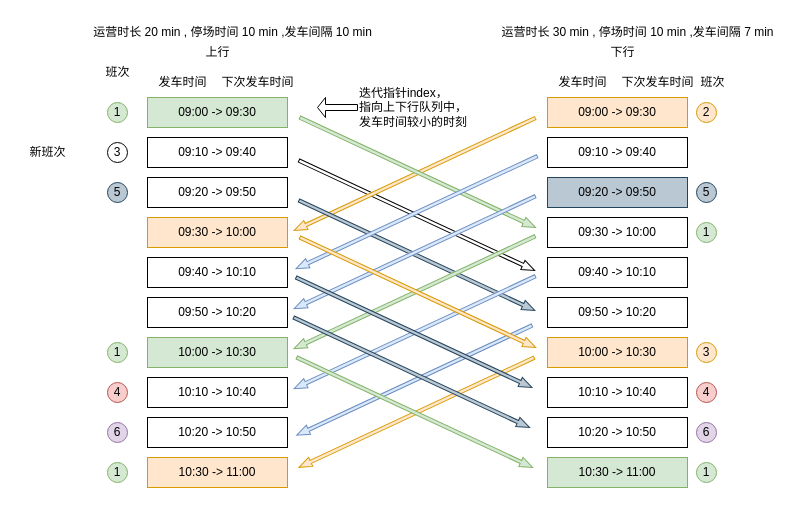
Above: 先到先发排班算法.drawio in alwayChina/draw (draw.io), before the change. Source tidied: cells renumbered, new cells numbered last; positions are measured from the earlier drawing's top-left corner, leaving out a move shared by most shapes. Both pictures are drawn from the tidied source at 100%, with x=0, y=0 at pixel (17, 17).
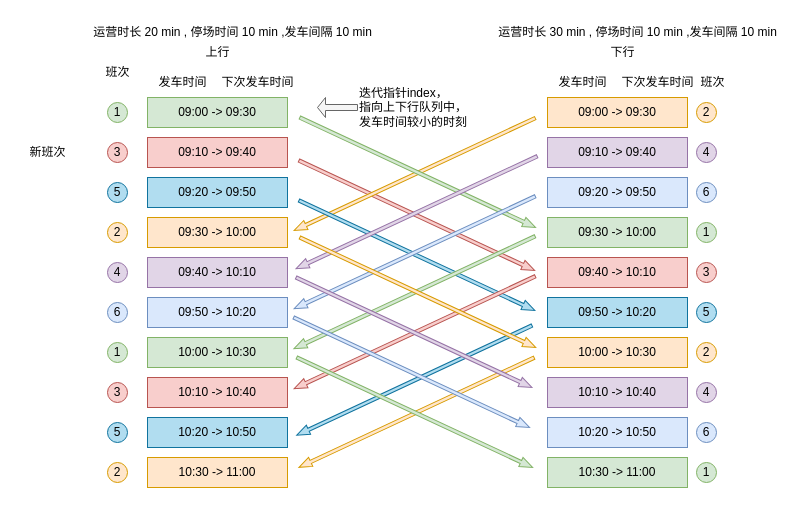
The same diagram, later.

Commit message:
更新先到先发排班算法.drawio

The edit, as a diff of the source:
```diff
@@
-    <mxCell id="3" value="09:10 -&amp;gt; 09:40" style="rounded=0;whiteSpace=wrap;html=1;" parent="1" vertex="1">
+    <mxCell id="3" value="09:10 -&amp;gt; 09:40" style="rounded=0;whiteSpace=wrap;html=1;fillColor=#f8cecc;strokeColor=#b85450;" parent="1" vertex="1">
       <mxGeometry x="130" y="120" width="140" height="30" as="geometry" />
     </mxCell>
-    <mxCell id="4" value="09:20 -&amp;gt; 09:50" style="rounded=0;whiteSpace=wrap;html=1;" parent="1" vertex="1">
+    <mxCell id="4" value="09:20 -&amp;gt; 09:50" style="rounded=0;whiteSpace=wrap;html=1;fillColor=#b1ddf0;strokeColor=#10739e;" parent="1" vertex="1">
       <mxGeometry x="130" y="160" width="140" height="30" as="geometry" />
     </mxCell>
@@
-    <mxCell id="6" value="09:40 -&amp;gt; 10:10" style="rounded=0;whiteSpace=wrap;html=1;" parent="1" vertex="1">
+    <mxCell id="6" value="09:40 -&amp;gt; 10:10" style="rounded=0;whiteSpace=wrap;html=1;fillColor=#e1d5e7;strokeColor=#9673a6;" parent="1" vertex="1">
       <mxGeometry x="130" y="240" width="140" height="30" as="geometry" />
     </mxCell>
-    <mxCell id="7" value="09:50 -&amp;gt; 10:20" style="rounded=0;whiteSpace=wrap;html=1;" parent="1" vertex="1">
+    <mxCell id="7" value="09:50 -&amp;gt; 10:20" style="rounded=0;whiteSpace=wrap;html=1;fillColor=#dae8fc;strokeColor=#6c8ebf;" parent="1" vertex="1">
       <mxGeometry x="130" y="280" width="140" height="30" as="geometry" />
     </mxCell>
@@
-    <mxCell id="9" value="10:10 -&amp;gt; 10:40" style="rounded=0;whiteSpace=wrap;html=1;" parent="1" vertex="1">
+    <mxCell id="9" value="10:10 -&amp;gt; 10:40" style="rounded=0;whiteSpace=wrap;html=1;fillColor=#f8cecc;strokeColor=#b85450;" parent="1" vertex="1">
       <mxGeometry x="130" y="360" width="140" height="30" as="geometry" />
     </mxCell>
@@
-    <mxCell id="14" style="html=1;shadow=0;dashed=0;align=center;verticalAlign=middle;shape=mxgraph.arrows2.arrow;dy=0.66;dx=12.92;notch=0;rotation=25;" parent="1" vertex="1">
+    <mxCell id="14" style="html=1;shadow=0;dashed=0;align=center;verticalAlign=middle;shape=mxgraph.arrows2.arrow;dy=0.66;dx=12.92;notch=0;rotation=25;fillColor=#f8cecc;strokeColor=#b85450;" parent="1" vertex="1">
       <mxGeometry x="269.3" y="193" width="260" height="10" as="geometry" />
     </mxCell>
@@
-    <mxCell id="16" value="10:20 -&amp;gt; 10:50" style="rounded=0;whiteSpace=wrap;html=1;" parent="1" vertex="1">
+    <mxCell id="16" value="10:20 -&amp;gt; 10:50" style="rounded=0;whiteSpace=wrap;html=1;fillColor=#b1ddf0;strokeColor=#10739e;" parent="1" vertex="1">
       <mxGeometry x="130" y="400" width="140" height="30" as="geometry" />
     </mxCell>
@@
-    <mxCell id="18" value="运营时长 30 min , 停场时间 10 min ,发车间隔 7 min" style="text;html=1;align=center;verticalAlign=middle;strokeColor=none;fillColor=none;" parent="1" vertex="1">
+    <mxCell id="18" value="运营时长 30 min , 停场时间 10 min ,发车间隔 10 min" style="text;html=1;align=center;verticalAlign=middle;strokeColor=none;fillColor=none;" parent="1" vertex="1">
       <mxGeometry x="470" width="300" height="30" as="geometry" />
     </mxCell>
@@
-    <mxCell id="22" value="3" style="ellipse;whiteSpace=wrap;html=1;" parent="1" vertex="1">
+    <mxCell id="22" value="3" style="ellipse;whiteSpace=wrap;html=1;fillColor=#f8cecc;strokeColor=#b85450;" parent="1" vertex="1">
       <mxGeometry x="90" y="125" width="20" height="20" as="geometry" />
     </mxCell>
@@
-    <mxCell id="24" value="4" style="ellipse;whiteSpace=wrap;html=1;fillColor=#f8cecc;strokeColor=#b85450;" parent="1" vertex="1">
+    <mxCell id="24" value="3" style="ellipse;whiteSpace=wrap;html=1;fillColor=#f8cecc;strokeColor=#b85450;" parent="1" vertex="1">
       <mxGeometry x="90" y="365" width="20" height="20" as="geometry" />
     </mxCell>
-    <mxCell id="25" value="1" style="ellipse;whiteSpace=wrap;html=1;fillColor=#d5e8d4;strokeColor=#82b366;" parent="1" vertex="1">
+    <mxCell id="25" value="2" style="ellipse;whiteSpace=wrap;html=1;fillColor=#ffe6cc;strokeColor=#d79b00;" parent="1" vertex="1">
       <mxGeometry x="90" y="445" width="20" height="20" as="geometry" />
     </mxCell>
-    <mxCell id="26" style="shape=singleArrow;whiteSpace=wrap;html=1;rotation=-180;" parent="1" vertex="1">
+    <mxCell id="26" style="shape=singleArrow;whiteSpace=wrap;html=1;rotation=-180;fillColor=#f5f5f5;fontColor=#333333;strokeColor=#666666;" parent="1" vertex="1">
       <mxGeometry x="300" y="80" width="40" height="20" as="geometry" />
     </mxCell>
@@
-    <mxCell id="28" value="5" style="ellipse;whiteSpace=wrap;html=1;fillColor=#bac8d3;strokeColor=#23445d;" parent="1" vertex="1">
+    <mxCell id="28" value="5" style="ellipse;whiteSpace=wrap;html=1;fillColor=#b1ddf0;strokeColor=#10739e;" parent="1" vertex="1">
       <mxGeometry x="90" y="165" width="20" height="20" as="geometry" />
     </mxCell>
-    <mxCell id="29" value="6" style="ellipse;whiteSpace=wrap;html=1;fillColor=#e1d5e7;strokeColor=#9673a6;" parent="1" vertex="1">
+    <mxCell id="29" value="5" style="ellipse;whiteSpace=wrap;html=1;fillColor=#b1ddf0;strokeColor=#10739e;" parent="1" vertex="1">
       <mxGeometry x="90" y="405" width="20" height="20" as="geometry" />
     </mxCell>
@@
-    <mxCell id="31" style="html=1;shadow=0;dashed=0;align=center;verticalAlign=middle;shape=mxgraph.arrows2.arrow;dy=0.66;dx=12.92;notch=0;rotation=25;fillColor=#bac8d3;strokeColor=#23445d;" parent="1" vertex="1">
+    <mxCell id="31" style="html=1;shadow=0;dashed=0;align=center;verticalAlign=middle;shape=mxgraph.arrows2.arrow;dy=0.66;dx=12.92;notch=0;rotation=25;fillColor=#b1ddf0;strokeColor=#10739e;" parent="1" vertex="1">
       <mxGeometry x="269.3" y="233" width="260.2" height="10" as="geometry" />
     </mxCell>
@@
-    <mxCell id="36" value="3" style="ellipse;whiteSpace=wrap;html=1;fillColor=#ffe6cc;strokeColor=#d79b00;" parent="1" vertex="1">
+    <mxCell id="36" value="2" style="ellipse;whiteSpace=wrap;html=1;fillColor=#ffe6cc;strokeColor=#d79b00;" parent="1" vertex="1">
       <mxGeometry x="679" y="325" width="20" height="20" as="geometry" />
     </mxCell>
-    <mxCell id="37" value="4" style="ellipse;whiteSpace=wrap;html=1;fillColor=#f8cecc;strokeColor=#b85450;" parent="1" vertex="1">
+    <mxCell id="37" value="4" style="ellipse;whiteSpace=wrap;html=1;fillColor=#e1d5e7;strokeColor=#9673a6;" parent="1" vertex="1">
       <mxGeometry x="679" y="365" width="20" height="20" as="geometry" />
     </mxCell>
@@
-    <mxCell id="39" value="5" style="ellipse;whiteSpace=wrap;html=1;fillColor=#bac8d3;strokeColor=#23445d;" parent="1" vertex="1">
+    <mxCell id="39" value="6" style="ellipse;whiteSpace=wrap;html=1;fillColor=#dae8fc;strokeColor=#6c8ebf;" parent="1" vertex="1">
       <mxGeometry x="679" y="165" width="20" height="20" as="geometry" />
     </mxCell>
-    <mxCell id="40" value="6" style="ellipse;whiteSpace=wrap;html=1;fillColor=#e1d5e7;strokeColor=#9673a6;" parent="1" vertex="1">
+    <mxCell id="40" value="6" style="ellipse;whiteSpace=wrap;html=1;fillColor=#dae8fc;strokeColor=#6c8ebf;" parent="1" vertex="1">
       <mxGeometry x="679" y="405" width="20" height="20" as="geometry" />
     </mxCell>
@@
-    <mxCell id="44" value="09:10 -&amp;gt; 09:40" style="rounded=0;whiteSpace=wrap;html=1;" parent="1" vertex="1">
+    <mxCell id="44" value="09:10 -&amp;gt; 09:40" style="rounded=0;whiteSpace=wrap;html=1;fillColor=#e1d5e7;strokeColor=#9673a6;" parent="1" vertex="1">
       <mxGeometry x="530" y="120" width="140" height="30" as="geometry" />
     </mxCell>
-    <mxCell id="45" value="09:20 -&amp;gt; 09:50" style="rounded=0;whiteSpace=wrap;html=1;fillColor=#bac8d3;strokeColor=#23445d;" parent="1" vertex="1">
+    <mxCell id="45" value="09:20 -&amp;gt; 09:50" style="rounded=0;whiteSpace=wrap;html=1;fillColor=#dae8fc;strokeColor=#6c8ebf;" parent="1" vertex="1">
       <mxGeometry x="530" y="160" width="140" height="30" as="geometry" />
     </mxCell>
-    <mxCell id="46" value="09:30 -&amp;gt; 10:00" style="rounded=0;whiteSpace=wrap;html=1;" parent="1" vertex="1">
+    <mxCell id="46" value="09:30 -&amp;gt; 10:00" style="rounded=0;whiteSpace=wrap;html=1;fillColor=#d5e8d4;strokeColor=#82b366;" parent="1" vertex="1">
       <mxGeometry x="530" y="200" width="140" height="30" as="geometry" />
     </mxCell>
-    <mxCell id="47" value="09:40 -&amp;gt; 10:10" style="rounded=0;whiteSpace=wrap;html=1;" parent="1" vertex="1">
+    <mxCell id="47" value="09:40 -&amp;gt; 10:10" style="rounded=0;whiteSpace=wrap;html=1;fillColor=#f8cecc;strokeColor=#b85450;" parent="1" vertex="1">
       <mxGeometry x="530" y="240" width="140" height="30" as="geometry" />
     </mxCell>
-    <mxCell id="48" value="09:50 -&amp;gt; 10:20" style="rounded=0;whiteSpace=wrap;html=1;" parent="1" vertex="1">
+    <mxCell id="48" value="09:50 -&amp;gt; 10:20" style="rounded=0;whiteSpace=wrap;html=1;fillColor=#b1ddf0;strokeColor=#10739e;" parent="1" vertex="1">
       <mxGeometry x="530" y="280" width="140" height="30" as="geometry" />
     </mxCell>
@@
-    <mxCell id="50" value="10:10 -&amp;gt; 10:40" style="rounded=0;whiteSpace=wrap;html=1;" parent="1" vertex="1">
+    <mxCell id="50" value="10:10 -&amp;gt; 10:40" style="rounded=0;whiteSpace=wrap;html=1;fillColor=#e1d5e7;strokeColor=#9673a6;" parent="1" vertex="1">
       <mxGeometry x="530" y="360" width="140" height="30" as="geometry" />
     </mxCell>
-    <mxCell id="51" value="10:20 -&amp;gt; 10:50" style="rounded=0;whiteSpace=wrap;html=1;" parent="1" vertex="1">
+    <mxCell id="51" value="10:20 -&amp;gt; 10:50" style="rounded=0;whiteSpace=wrap;html=1;fillColor=#dae8fc;strokeColor=#6c8ebf;" parent="1" vertex="1">
       <mxGeometry x="530" y="400" width="140" height="30" as="geometry" />
     </mxCell>
@@
-    <mxCell id="53" style="html=1;shadow=0;dashed=0;align=center;verticalAlign=middle;shape=mxgraph.arrows2.arrow;dy=0.66;dx=12.92;notch=0;rotation=-205;fillColor=#dae8fc;strokeColor=#6c8ebf;" parent="1" vertex="1">
+    <mxCell id="53" style="html=1;shadow=0;dashed=0;align=center;verticalAlign=middle;shape=mxgraph.arrows2.arrow;dy=0.66;dx=12.92;notch=0;rotation=-205;fillColor=#f8cecc;strokeColor=#b85450;" parent="1" vertex="1">
       <mxGeometry x="264.2" y="310" width="266" height="10" as="geometry" />
     </mxCell>
@@
-    <mxCell id="56" style="html=1;shadow=0;dashed=0;align=center;verticalAlign=middle;shape=mxgraph.arrows2.arrow;dy=0.66;dx=12.92;notch=0;rotation=-205;fillColor=#dae8fc;strokeColor=#6c8ebf;" parent="1" vertex="1">
+    <mxCell id="56" style="html=1;shadow=0;dashed=0;align=center;verticalAlign=middle;shape=mxgraph.arrows2.arrow;dy=0.66;dx=12.92;notch=0;rotation=-205;fillColor=#e1d5e7;strokeColor=#9673a6;" parent="1" vertex="1">
       <mxGeometry x="266.1" y="190" width="266" height="10" as="geometry" />
     </mxCell>
-    <mxCell id="57" style="html=1;shadow=0;dashed=0;align=center;verticalAlign=middle;shape=mxgraph.arrows2.arrow;dy=0.66;dx=12.92;notch=0;rotation=-205;fillColor=#dae8fc;strokeColor=#6c8ebf;" parent="1" vertex="1">
+    <mxCell id="57" style="html=1;shadow=0;dashed=0;align=center;verticalAlign=middle;shape=mxgraph.arrows2.arrow;dy=0.66;dx=12.92;notch=0;rotation=-205;fillColor=#b1ddf0;strokeColor=#10739e;" parent="1" vertex="1">
       <mxGeometry x="267.1" y="357.9" width="259.5" height="10" as="geometry" />
     </mxCell>
@@
-    <mxCell id="59" style="html=1;shadow=0;dashed=0;align=center;verticalAlign=middle;shape=mxgraph.arrows2.arrow;dy=0.66;dx=12.92;notch=0;rotation=25;fillColor=#bac8d3;strokeColor=#23445d;" parent="1" vertex="1">
+    <mxCell id="59" style="html=1;shadow=0;dashed=0;align=center;verticalAlign=middle;shape=mxgraph.arrows2.arrow;dy=0.66;dx=12.92;notch=0;rotation=25;fillColor=#e1d5e7;strokeColor=#9673a6;" parent="1" vertex="1">
       <mxGeometry x="266.4" y="310" width="260.2" height="10" as="geometry" />
     </mxCell>
-    <mxCell id="60" style="html=1;shadow=0;dashed=0;align=center;verticalAlign=middle;shape=mxgraph.arrows2.arrow;dy=0.66;dx=12.92;notch=0;rotation=25;fillColor=#bac8d3;strokeColor=#23445d;" parent="1" vertex="1">
+    <mxCell id="60" style="html=1;shadow=0;dashed=0;align=center;verticalAlign=middle;shape=mxgraph.arrows2.arrow;dy=0.66;dx=12.92;notch=0;rotation=25;fillColor=#dae8fc;strokeColor=#6c8ebf;" parent="1" vertex="1">
       <mxGeometry x="264" y="350" width="260.2" height="10" as="geometry" />
     </mxCell>
@@
+    <mxCell id="63" value="3" style="ellipse;whiteSpace=wrap;html=1;fillColor=#f8cecc;strokeColor=#b85450;" parent="1" vertex="1">
+      <mxGeometry x="679" y="245" width="20" height="20" as="geometry" />
+    </mxCell>
+    <mxCell id="64" value="4" style="ellipse;whiteSpace=wrap;html=1;fillColor=#e1d5e7;strokeColor=#9673a6;" parent="1" vertex="1">
+      <mxGeometry x="679" y="125" width="20" height="20" as="geometry" />
+    </mxCell>
+    <mxCell id="65" value="2" style="ellipse;whiteSpace=wrap;html=1;fillColor=#ffe6cc;strokeColor=#d79b00;" parent="1" vertex="1">
+      <mxGeometry x="90" y="205" width="20" height="20" as="geometry" />
+    </mxCell>
+    <mxCell id="66" value="4" style="ellipse;whiteSpace=wrap;html=1;fillColor=#e1d5e7;strokeColor=#9673a6;" parent="1" vertex="1">
+      <mxGeometry x="90" y="245" width="20" height="20" as="geometry" />
+    </mxCell>
+    <mxCell id="67" value="6" style="ellipse;whiteSpace=wrap;html=1;fillColor=#dae8fc;strokeColor=#6c8ebf;" parent="1" vertex="1">
+      <mxGeometry x="90" y="285" width="20" height="20" as="geometry" />
+    </mxCell>
+    <mxCell id="68" value="5" style="ellipse;whiteSpace=wrap;html=1;fillColor=#b1ddf0;strokeColor=#10739e;" parent="1" vertex="1">
+      <mxGeometry x="679" y="285" width="20" height="20" as="geometry" />
+    </mxCell>
```
